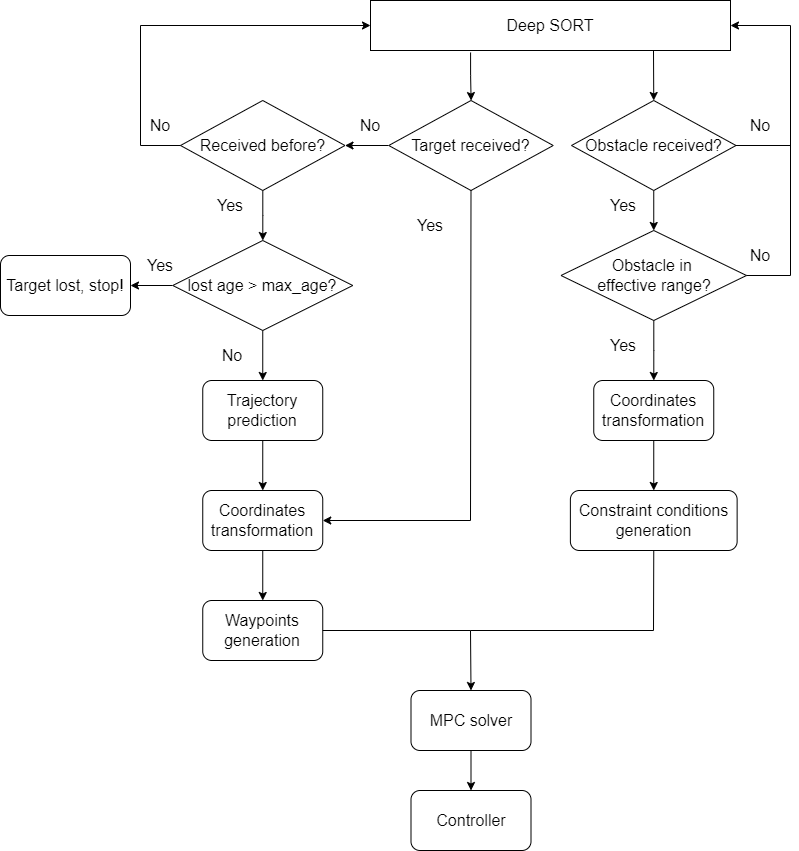
This is MPC_flowchart.drawio.png from LiuisStupid/notebook, a draw.io export, as it was before one commit. Source tidied: cells renumbered, new cells last; positions are measured from the earlier drawing's top-left corner, leaving out a move shared by most shapes.
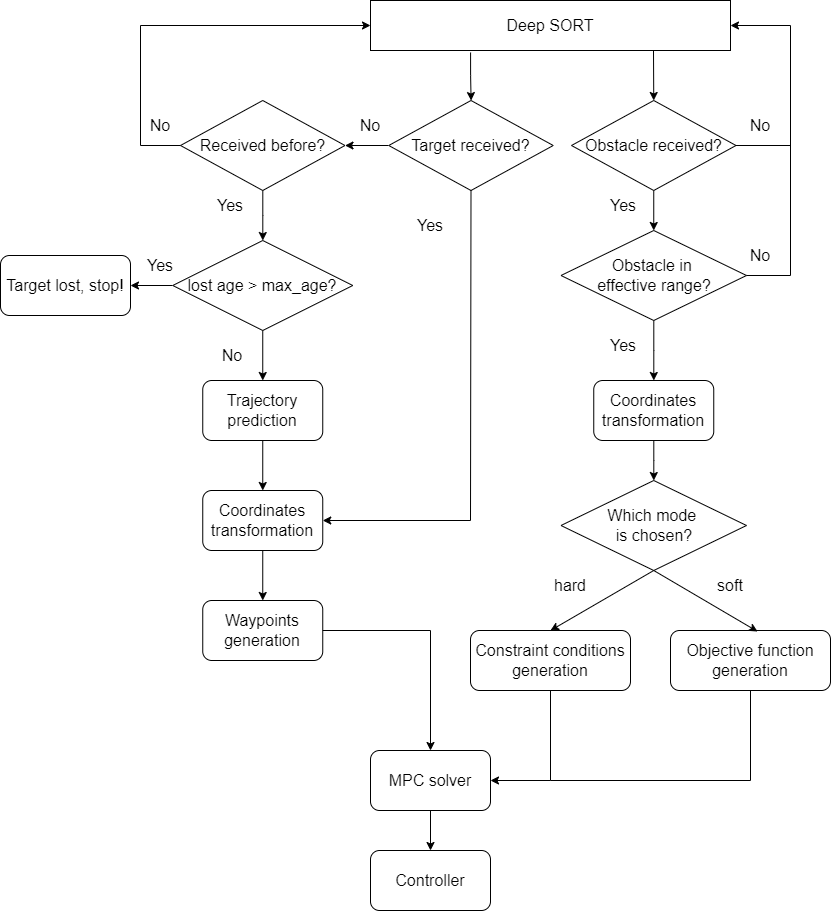
The same diagram one commit later.

What changed in the source:
```diff
@@ -119,44 +119,69 @@
     <mxCell id="33" value="No" style="text;html=1;strokeColor=none;fillColor=none;align=center;verticalAlign=middle;whiteSpace=wrap;rounded=0;fontSize=16;" parent="1" vertex="1">
       <mxGeometry x="730" y="240" width="60" height="30" as="geometry" />
     </mxCell>
-    <mxCell id="34" style="edgeStyle=orthogonalEdgeStyle;rounded=0;jettySize=auto;html=1;fontSize=16;" parent="1" edge="1" source="35" target="36">
-      <mxGeometry relative="1" as="geometry" />
-    </mxCell>
+    <mxCell id="44" style="edgeStyle=orthogonalEdgeStyle;rounded=0;jettySize=auto;html=1;fontSize=16;" parent="1" edge="1" source="35" target="45">
+      <mxGeometry relative="1" as="geometry" />
+    </mxCell>
     <mxCell id="35" value="Coordinates transformation" style="rounded=1;whiteSpace=wrap;html=1;fontSize=16;" parent="1" vertex="1">
       <mxGeometry x="593.2" y="380" width="120" height="60" as="geometry" />
     </mxCell>
     <mxCell id="36" value="Constraint conditions generation" style="rounded=1;whiteSpace=wrap;html=1;fontSize=16;" parent="1" vertex="1">
-      <mxGeometry x="569.9" y="490" width="166.8" height="60" as="geometry" />
+      <mxGeometry x="470" y="630" width="160" height="60" as="geometry" />
     </mxCell>
     <mxCell id="37" style="edgeStyle=orthogonalEdgeStyle;rounded=0;jettySize=auto;html=1;fontSize=16;" parent="1" edge="1" source="38" target="42">
       <mxGeometry relative="1" as="geometry" />
     </mxCell>
     <mxCell id="38" value="MPC solver" style="rounded=1;whiteSpace=wrap;html=1;fontSize=16;" parent="1" vertex="1">
-      <mxGeometry x="410.5" y="690" width="120" height="60" as="geometry" />
+      <mxGeometry x="370" y="750" width="120" height="60" as="geometry" />
     </mxCell>
     <mxCell id="39" style="endArrow=classic;html=1;rounded=0;fontSize=16;exitX=1;exitY=0.5;exitDx=0;exitDy=0;entryX=0.5;entryY=0;entryDx=0;entryDy=0;" parent="1" edge="1" source="20" target="38">
       <mxGeometry relative="1" as="geometry">
         <Array as="points">
-          <mxPoint x="470" y="630" />
+          <mxPoint x="430" y="630" />
         </Array>
       </mxGeometry>
     </mxCell>
     <mxCell id="40" value="Yes" style="text;html=1;strokeColor=none;fillColor=none;align=center;verticalAlign=middle;whiteSpace=wrap;rounded=0;fontSize=16;" parent="1" vertex="1">
       <mxGeometry x="593.2" y="330" width="60" height="30" as="geometry" />
     </mxCell>
-    <mxCell id="41" style="endArrow=none;html=1;rounded=0;fontSize=16;entryX=0.5;entryY=1;entryDx=0;entryDy=0;" parent="1" edge="1" target="36">
-      <mxGeometry relative="1" as="geometry">
-        <mxPoint x="470" y="630" as="sourcePoint" />
-        <Array as="points">
-          <mxPoint x="653" y="630" />
-        </Array>
-      </mxGeometry>
-    </mxCell>
     <mxCell id="42" value="Controller" style="rounded=1;whiteSpace=wrap;html=1;fontSize=16;" parent="1" vertex="1">
-      <mxGeometry x="410.5" y="790" width="120" height="60" as="geometry" />
+      <mxGeometry x="370" y="850" width="120" height="60" as="geometry" />
     </mxCell>
     <mxCell id="43" value="Yes" style="text;html=1;strokeColor=none;fillColor=none;align=center;verticalAlign=middle;whiteSpace=wrap;rounded=0;fontSize=16;" parent="1" vertex="1">
       <mxGeometry x="593.2" y="190" width="60" height="30" as="geometry" />
     </mxCell>
+    <mxCell id="45" value="Which mode &lt;br&gt;is chosen?" style="rhombus;whiteSpace=wrap;html=1;fontSize=16;" parent="1" vertex="1">
+      <mxGeometry x="560.5" y="480" width="185.5" height="90" as="geometry" />
+    </mxCell>
+    <mxCell id="46" value="Objective function generation" style="rounded=1;whiteSpace=wrap;html=1;fontSize=16;" parent="1" vertex="1">
+      <mxGeometry x="670" y="630" width="160" height="60" as="geometry" />
+    </mxCell>
+    <mxCell id="47" style="endArrow=classic;html=1;rounded=0;fontSize=16;exitX=0.5;exitY=1;exitDx=0;exitDy=0;entryX=0.5;entryY=0;entryDx=0;entryDy=0;" parent="1" edge="1" source="45" target="36">
+      <mxGeometry relative="1" as="geometry" />
+    </mxCell>
+    <mxCell id="48" style="endArrow=classic;html=1;rounded=0;fontSize=16;exitX=0.5;exitY=1;exitDx=0;exitDy=0;entryX=0.544;entryY=0.017;entryDx=0;entryDy=0;entryPerimeter=0;" parent="1" edge="1" source="45" target="46">
+      <mxGeometry relative="1" as="geometry" />
+    </mxCell>
+    <mxCell id="49" value="soft" style="text;html=1;strokeColor=none;fillColor=none;align=center;verticalAlign=middle;whiteSpace=wrap;rounded=0;fontSize=16;" parent="1" vertex="1">
+      <mxGeometry x="700" y="570" width="60" height="30" as="geometry" />
+    </mxCell>
+    <mxCell id="50" value="hard" style="text;html=1;strokeColor=none;fillColor=none;align=center;verticalAlign=middle;whiteSpace=wrap;rounded=0;fontSize=16;" parent="1" vertex="1">
+      <mxGeometry x="540" y="570" width="60" height="30" as="geometry" />
+    </mxCell>
+    <mxCell id="51" style="endArrow=classic;html=1;rounded=0;fontSize=16;exitX=0.5;exitY=1;exitDx=0;exitDy=0;entryX=1;entryY=0.5;entryDx=0;entryDy=0;" parent="1" edge="1" source="36" target="38">
+      <mxGeometry relative="1" as="geometry">
+        <Array as="points">
+          <mxPoint x="550" y="780" />
+        </Array>
+      </mxGeometry>
+    </mxCell>
+    <mxCell id="52" style="endArrow=none;html=1;rounded=0;fontSize=16;entryX=0.5;entryY=1;entryDx=0;entryDy=0;" parent="1" edge="1" target="46">
+      <mxGeometry relative="1" as="geometry">
+        <mxPoint x="550" y="780" as="sourcePoint" />
+        <Array as="points">
+          <mxPoint x="750" y="780" />
+        </Array>
+      </mxGeometry>
+    </mxCell>
   </root>
 </mxGraphModel>
```
